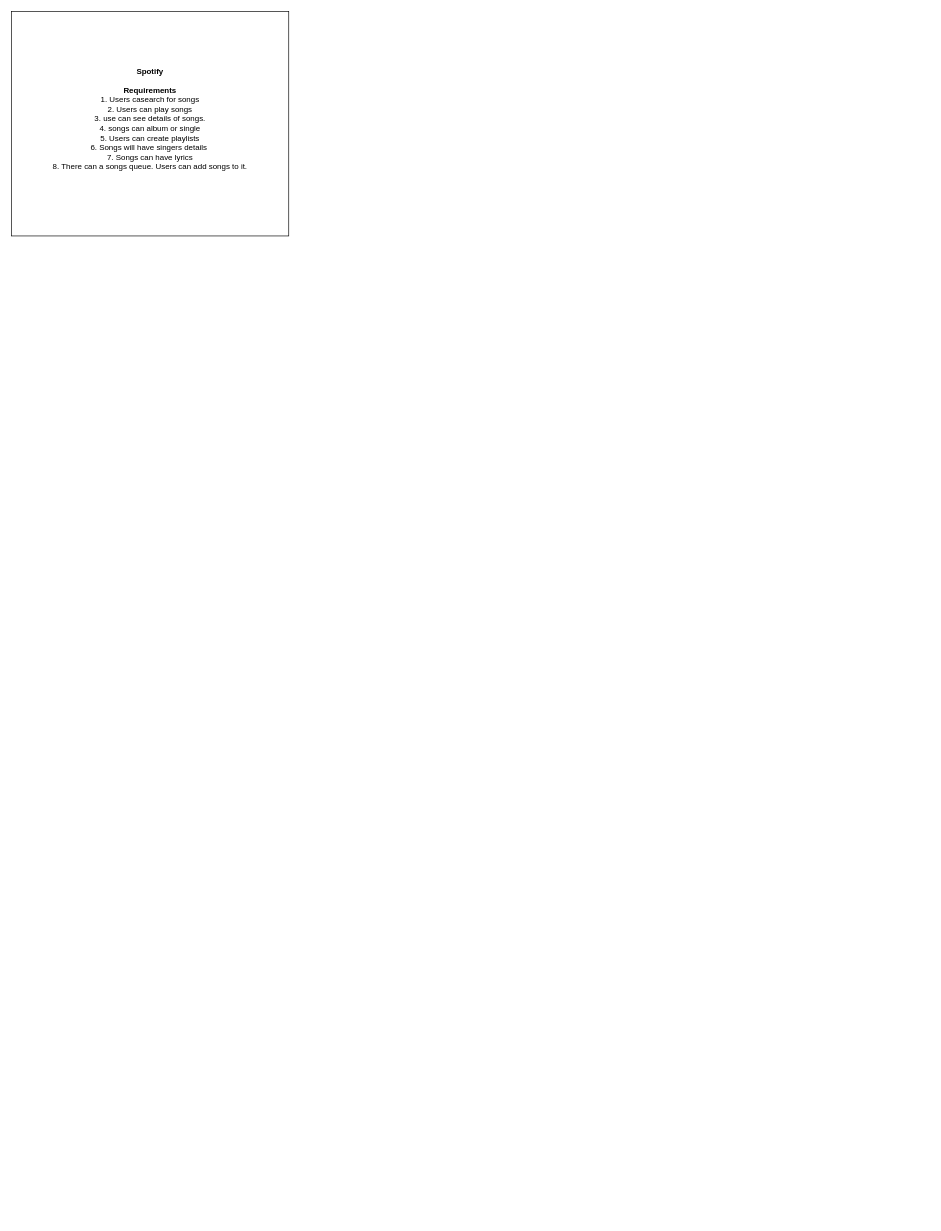
Above: page "Spotify" (1 of 2) of LLD.drawio in Mrityunjoy24/hld (draw.io), before the change. Source tidied: cells renumbered, new cells numbered last; positions are measured from the earlier drawing's top-left corner, leaving out a move shared by most shapes. Both pictures are drawn from the tidied source at 66%, with x=0, y=0 at pixel (11, 11).
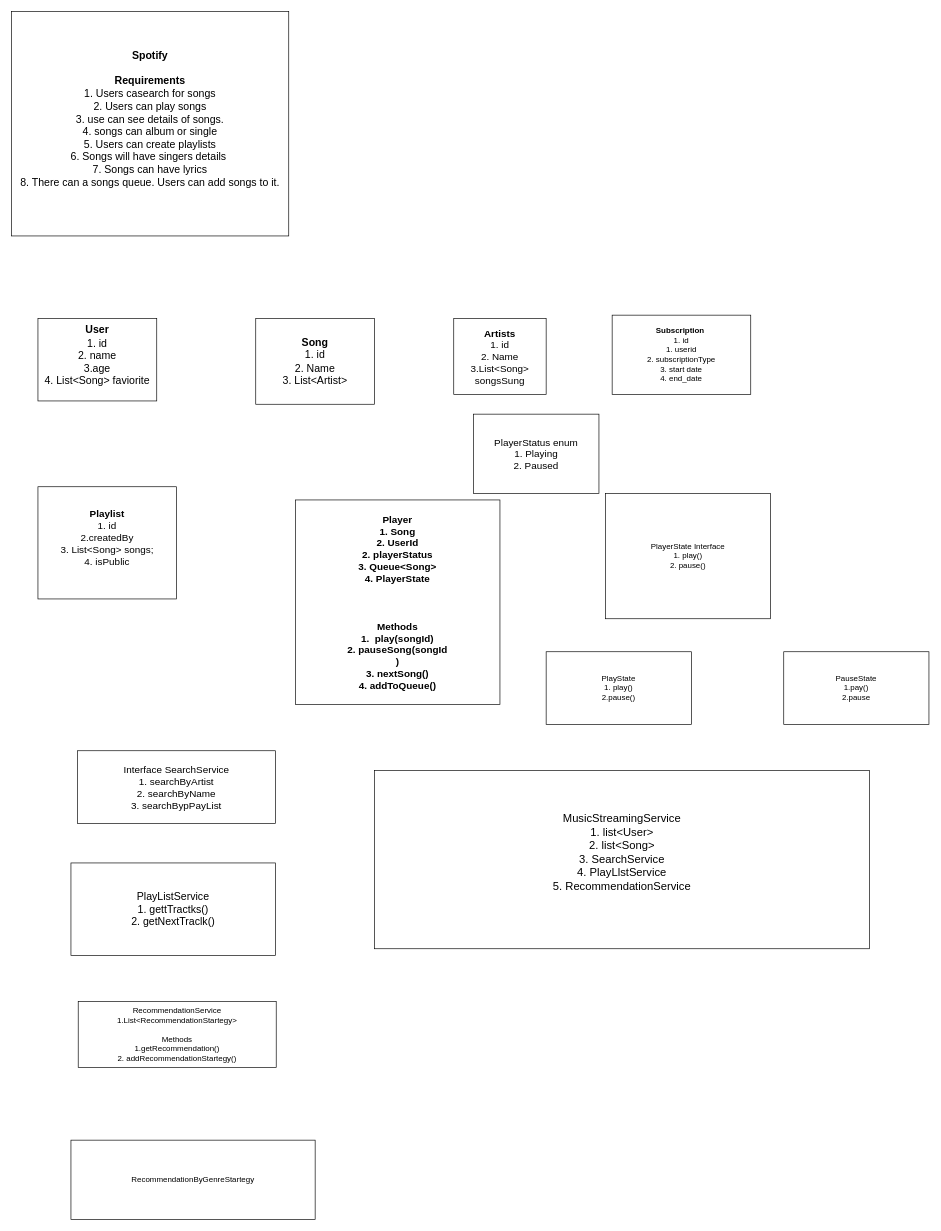
The same page after the edit.

Change to the diagram source:
```diff
@@
 <mxGraphModel>
   <root>
     <mxCell id="0" />
     <mxCell id="1" parent="0" />
-    <mxCell id="2" value="&lt;b&gt;Spotify&lt;/b&gt;&lt;br&gt;&lt;br&gt;&lt;b&gt;Requirements&lt;/b&gt;&lt;div&gt;1. Users casearch for songs&lt;/div&gt;&lt;div&gt;2. Users can play songs&lt;/div&gt;&lt;div&gt;3. use can see details of songs.&lt;/div&gt;&lt;div&gt;4. songs can album or single&lt;/div&gt;&lt;div&gt;5. Users can create playlists&lt;/div&gt;&lt;div&gt;6. Songs will have singers details&amp;nbsp;&lt;/div&gt;&lt;div&gt;7. Songs can have lyrics&lt;/div&gt;&lt;div&gt;8. There can a songs queue. Users can add songs to it.&lt;/div&gt;&lt;div&gt;&lt;br&gt;&lt;/div&gt;" style="rounded=0;whiteSpace=wrap;html=1;" parent="1" vertex="1">
+    <mxCell id="2" value="&lt;font style=&quot;font-size: 16px;&quot;&gt;&lt;b style=&quot;&quot;&gt;Spotify&lt;/b&gt;&lt;br&gt;&lt;br&gt;&lt;b style=&quot;&quot;&gt;Requirements&lt;/b&gt;&lt;/font&gt;&lt;div&gt;&lt;font style=&quot;font-size: 16px;&quot;&gt;1. Users casearch for songs&lt;/font&gt;&lt;/div&gt;&lt;div&gt;&lt;font style=&quot;font-size: 16px;&quot;&gt;2. Users can play songs&lt;/font&gt;&lt;/div&gt;&lt;div&gt;&lt;font style=&quot;font-size: 16px;&quot;&gt;3. use can see details of songs.&lt;/font&gt;&lt;/div&gt;&lt;div&gt;&lt;font style=&quot;font-size: 16px;&quot;&gt;4. songs can album or single&lt;/font&gt;&lt;/div&gt;&lt;div&gt;&lt;font style=&quot;font-size: 16px;&quot;&gt;5. Users can create playlists&lt;/font&gt;&lt;/div&gt;&lt;div&gt;&lt;font style=&quot;font-size: 16px;&quot;&gt;6. Songs will have singers details&amp;nbsp;&lt;/font&gt;&lt;/div&gt;&lt;div&gt;&lt;font style=&quot;font-size: 16px;&quot;&gt;7. Songs can have lyrics&lt;/font&gt;&lt;/div&gt;&lt;div&gt;&lt;font style=&quot;font-size: 16px;&quot;&gt;8. There can a songs queue. Users can add songs to it.&lt;/font&gt;&lt;/div&gt;&lt;div&gt;&lt;br&gt;&lt;/div&gt;" style="rounded=0;whiteSpace=wrap;html=1;" parent="1" vertex="1">
       <mxGeometry width="420" height="340" as="geometry" />
     </mxCell>
+    <mxCell id="3" value="&lt;font style=&quot;font-size: 16px;&quot;&gt;&lt;b&gt;User&lt;/b&gt;&lt;/font&gt;&lt;div&gt;&lt;font style=&quot;font-size: 16px;&quot;&gt;1. id&lt;/font&gt;&lt;/div&gt;&lt;div&gt;&lt;font style=&quot;font-size: 16px;&quot;&gt;2. name&lt;/font&gt;&lt;/div&gt;&lt;div&gt;&lt;font style=&quot;font-size: 16px;&quot;&gt;3.age&lt;/font&gt;&lt;/div&gt;&lt;div&gt;&lt;font style=&quot;font-size: 16px;&quot;&gt;4. List&amp;lt;Song&amp;gt; faviorite&lt;/font&gt;&lt;/div&gt;&lt;div&gt;&lt;br&gt;&lt;/div&gt;" style="rounded=0;whiteSpace=wrap;html=1;" parent="1" vertex="1">
+      <mxGeometry x="40" y="465" width="180" height="125" as="geometry" />
+    </mxCell>
+    <mxCell id="4" value="&lt;font style=&quot;font-size: 16px;&quot;&gt;&lt;b&gt;Song&lt;/b&gt;&lt;/font&gt;&lt;div&gt;&lt;font style=&quot;font-size: 16px;&quot;&gt;1. id&lt;/font&gt;&lt;/div&gt;&lt;div&gt;&lt;font style=&quot;font-size: 16px;&quot;&gt;2. Name&lt;/font&gt;&lt;/div&gt;&lt;div&gt;&lt;font style=&quot;font-size: 16px;&quot;&gt;3. List&amp;lt;Artist&amp;gt;&lt;/font&gt;&lt;/div&gt;" style="rounded=0;whiteSpace=wrap;html=1;" parent="1" vertex="1">
+      <mxGeometry x="370" y="465" width="180" height="130" as="geometry" />
+    </mxCell>
+    <mxCell id="5" value="&lt;font style=&quot;font-size: 15px;&quot;&gt;&lt;b&gt;Artists&lt;/b&gt;&lt;/font&gt;&lt;div&gt;&lt;font style=&quot;font-size: 15px;&quot;&gt;1. id&lt;/font&gt;&lt;/div&gt;&lt;div&gt;&lt;font style=&quot;font-size: 15px;&quot;&gt;2. Name&lt;/font&gt;&lt;/div&gt;&lt;div&gt;&lt;font style=&quot;font-size: 15px;&quot;&gt;3.List&amp;lt;Song&amp;gt; songsSung&lt;/font&gt;&lt;/div&gt;" style="rounded=0;whiteSpace=wrap;html=1;" parent="1" vertex="1">
+      <mxGeometry x="670" y="465" width="140" height="115" as="geometry" />
+    </mxCell>
+    <mxCell id="6" value="&lt;font style=&quot;font-size: 15px;&quot;&gt;&lt;b&gt;Playlist&lt;/b&gt;&lt;/font&gt;&lt;div&gt;&lt;font style=&quot;font-size: 15px;&quot;&gt;1. id&lt;/font&gt;&lt;/div&gt;&lt;div&gt;&lt;font style=&quot;font-size: 15px;&quot;&gt;2.createdBy&lt;/font&gt;&lt;/div&gt;&lt;div&gt;&lt;font style=&quot;font-size: 15px;&quot;&gt;3. List&amp;lt;Song&amp;gt; songs;&lt;/font&gt;&lt;/div&gt;&lt;div&gt;&lt;font style=&quot;font-size: 15px;&quot;&gt;4. isPublic&lt;/font&gt;&lt;/div&gt;&lt;div&gt;&lt;br&gt;&lt;/div&gt;" style="rounded=0;whiteSpace=wrap;html=1;" parent="1" vertex="1">
+      <mxGeometry x="40" y="720" width="210" height="170" as="geometry" />
+    </mxCell>
+    <mxCell id="7" value="&lt;b&gt;&lt;font style=&quot;font-size: 15px;&quot;&gt;Player&lt;/font&gt;&lt;/b&gt;&lt;div&gt;&lt;b&gt;&lt;font style=&quot;font-size: 15px;&quot;&gt;1. Song&lt;/font&gt;&lt;/b&gt;&lt;/div&gt;&lt;div&gt;&lt;b&gt;&lt;font style=&quot;font-size: 15px;&quot;&gt;2. UserId&lt;/font&gt;&lt;/b&gt;&lt;/div&gt;&lt;div&gt;&lt;b&gt;&lt;font style=&quot;font-size: 15px;&quot;&gt;2. playerStatus&lt;/font&gt;&lt;/b&gt;&lt;/div&gt;&lt;div&gt;&lt;b&gt;&lt;font style=&quot;font-size: 15px;&quot;&gt;3. Queue&amp;lt;Song&amp;gt;&lt;/font&gt;&lt;/b&gt;&lt;/div&gt;&lt;div&gt;&lt;b&gt;&lt;font style=&quot;font-size: 15px;&quot;&gt;4. PlayerState&lt;/font&gt;&lt;/b&gt;&lt;/div&gt;&lt;div&gt;&lt;b&gt;&lt;font style=&quot;font-size: 15px;&quot;&gt;&lt;br&gt;&lt;br&gt;&lt;br&gt;Methods&lt;/font&gt;&lt;/b&gt;&lt;/div&gt;&lt;div&gt;&lt;b&gt;&lt;font style=&quot;font-size: 15px;&quot;&gt;1.&amp;nbsp; play(songId)&lt;/font&gt;&lt;/b&gt;&lt;/div&gt;&lt;div&gt;&lt;b&gt;&lt;font style=&quot;font-size: 15px;&quot;&gt;2. pauseSong(songId&lt;/font&gt;&lt;/b&gt;&lt;/div&gt;&lt;div&gt;&lt;b&gt;&lt;font style=&quot;font-size: 15px;&quot;&gt;)&lt;/font&gt;&lt;/b&gt;&lt;/div&gt;&lt;div&gt;&lt;b&gt;&lt;font style=&quot;font-size: 15px;&quot;&gt;3. nextSong()&lt;/font&gt;&lt;/b&gt;&lt;/div&gt;&lt;div&gt;&lt;b&gt;&lt;font style=&quot;font-size: 15px;&quot;&gt;4. addToQueue()&lt;/font&gt;&lt;/b&gt;&lt;/div&gt;" style="whiteSpace=wrap;html=1;" parent="1" vertex="1">
+      <mxGeometry x="430" y="740" width="310" height="310" as="geometry" />
+    </mxCell>
+    <mxCell id="8" value="&lt;b&gt;Subscription&lt;/b&gt;&amp;nbsp;&lt;div&gt;1. id&lt;br&gt;&lt;div&gt;1. userid&lt;/div&gt;&lt;div&gt;2. subscriptionType&lt;/div&gt;&lt;div&gt;3. start date&lt;/div&gt;&lt;/div&gt;&lt;div&gt;4. end_date&lt;/div&gt;" style="rounded=0;whiteSpace=wrap;html=1;" parent="1" vertex="1">
+      <mxGeometry x="910" y="460" width="210" height="120" as="geometry" />
+    </mxCell>
+    <mxCell id="9" value="&lt;font style=&quot;font-size: 15px;&quot;&gt;Interface SearchService&lt;/font&gt;&lt;div&gt;&lt;font style=&quot;font-size: 15px;&quot;&gt;1. searchByArtist&lt;/font&gt;&lt;/div&gt;&lt;div&gt;&lt;font style=&quot;font-size: 15px;&quot;&gt;2. searchByName&lt;/font&gt;&lt;/div&gt;&lt;div&gt;&lt;font style=&quot;font-size: 15px;&quot;&gt;3. searchBypPayList&lt;/font&gt;&lt;/div&gt;" style="rounded=0;whiteSpace=wrap;html=1;" parent="1" vertex="1">
+      <mxGeometry x="100" y="1120" width="300" height="110" as="geometry" />
+    </mxCell>
+    <mxCell id="10" value="&lt;font style=&quot;font-size: 17px;&quot;&gt;MusicStreamingService&lt;/font&gt;&lt;div&gt;&lt;font style=&quot;font-size: 17px;&quot;&gt;1. list&amp;lt;User&amp;gt;&lt;/font&gt;&lt;/div&gt;&lt;div&gt;&lt;font style=&quot;font-size: 17px;&quot;&gt;2. list&amp;lt;Song&amp;gt;&lt;/font&gt;&lt;/div&gt;&lt;div&gt;&lt;font style=&quot;font-size: 17px;&quot;&gt;3. SearchService&lt;/font&gt;&lt;/div&gt;&lt;div&gt;&lt;font style=&quot;font-size: 17px;&quot;&gt;4. PlayLlstService&lt;/font&gt;&lt;/div&gt;&lt;div&gt;&lt;font style=&quot;font-size: 17px;&quot;&gt;5. RecommendationService&lt;/font&gt;&lt;/div&gt;&lt;div&gt;&lt;font style=&quot;font-size: 17px;&quot;&gt;&lt;br&gt;&lt;/font&gt;&lt;/div&gt;" style="rounded=0;whiteSpace=wrap;html=1;" parent="1" vertex="1">
+      <mxGeometry x="550" y="1150" width="750" height="270" as="geometry" />
+    </mxCell>
+    <mxCell id="11" value="&lt;font style=&quot;font-size: 16px;&quot;&gt;PlayListService&lt;/font&gt;&lt;div&gt;&lt;font style=&quot;font-size: 16px;&quot;&gt;1. gettTractks()&lt;/font&gt;&lt;/div&gt;&lt;div&gt;&lt;font style=&quot;font-size: 16px;&quot;&gt;2. getNextTraclk()&lt;/font&gt;&lt;/div&gt;" style="rounded=0;whiteSpace=wrap;html=1;" parent="1" vertex="1">
+      <mxGeometry x="90" y="1290" width="310" height="140" as="geometry" />
+    </mxCell>
+    <mxCell id="12" value="RecommendationService&lt;div&gt;1.List&amp;lt;RecommendationStartegy&amp;gt;&lt;/div&gt;&lt;div&gt;&lt;br&gt;&lt;/div&gt;&lt;div&gt;Methods&lt;/div&gt;&lt;div&gt;1.getRecommendation()&lt;/div&gt;&lt;div&gt;2.&lt;span style=&quot;background-color: transparent; color: light-dark(rgb(0, 0, 0), rgb(255, 255, 255));&quot;&gt;&amp;nbsp;addRecommendationStartegy()&lt;/span&gt;&lt;/div&gt;" style="rounded=0;whiteSpace=wrap;html=1;" parent="1" vertex="1">
+      <mxGeometry x="101" y="1500" width="300" height="100" as="geometry" />
+    </mxCell>
+    <mxCell id="13" value="PlayerState Interface&lt;div&gt;1. play()&lt;/div&gt;&lt;div&gt;2. pause()&lt;/div&gt;" style="rounded=0;whiteSpace=wrap;html=1;" parent="1" vertex="1">
+      <mxGeometry x="900" y="730" width="250" height="190" as="geometry" />
+    </mxCell>
+    <mxCell id="14" value="PlayState&lt;div&gt;1. play()&lt;/div&gt;&lt;div&gt;2.pause()&lt;/div&gt;" style="rounded=0;whiteSpace=wrap;html=1;" parent="1" vertex="1">
+      <mxGeometry x="810" y="970" width="220" height="110" as="geometry" />
+    </mxCell>
+    <mxCell id="15" value="PauseState&lt;div&gt;1.pay()&lt;/div&gt;&lt;div&gt;2.pause&lt;/div&gt;" style="rounded=0;whiteSpace=wrap;html=1;" parent="1" vertex="1">
+      <mxGeometry x="1170" y="970" width="220" height="110" as="geometry" />
+    </mxCell>
+    <mxCell id="16" value="RecommendationByGenreStartegy" style="rounded=0;whiteSpace=wrap;html=1;" parent="1" vertex="1">
+      <mxGeometry x="90" y="1710" width="370" height="120" as="geometry" />
+    </mxCell>
+    <mxCell id="17" value="&lt;font style=&quot;font-size: 15px;&quot;&gt;PlayerStatus enum&lt;/font&gt;&lt;div&gt;&lt;font style=&quot;font-size: 15px;&quot;&gt;1. Playing&lt;/font&gt;&lt;/div&gt;&lt;div&gt;&lt;font style=&quot;font-size: 15px;&quot;&gt;2. Paused&lt;/font&gt;&lt;/div&gt;" style="rounded=0;whiteSpace=wrap;html=1;" parent="1" vertex="1">
+      <mxGeometry x="700" y="610" width="190" height="120" as="geometry" />
+    </mxCell>
   </root>
 </mxGraphModel>
```
